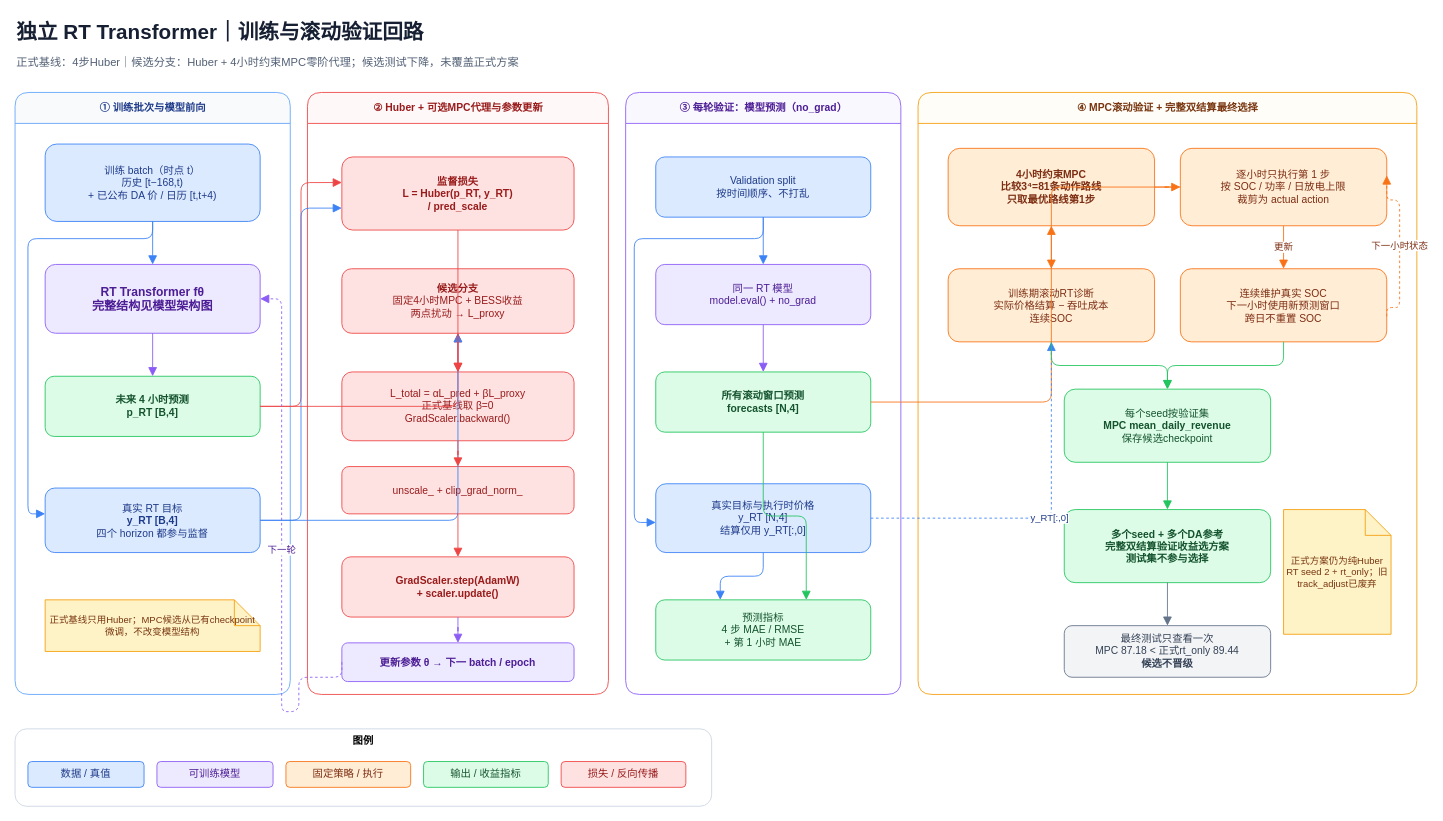
lwowlwowl/electricity-price-forecasting keeps this draw.io diagram as docs/rt_training_loop.drawio. Above is the earlier version. Source tidied: cells renumbered, new cells numbered last; positions are measured from the earlier drawing's top-left corner, leaving out a move shared by most shapes. Both pictures are drawn from the tidied source at 86%, with x=0, y=0 at pixel (15, 15).
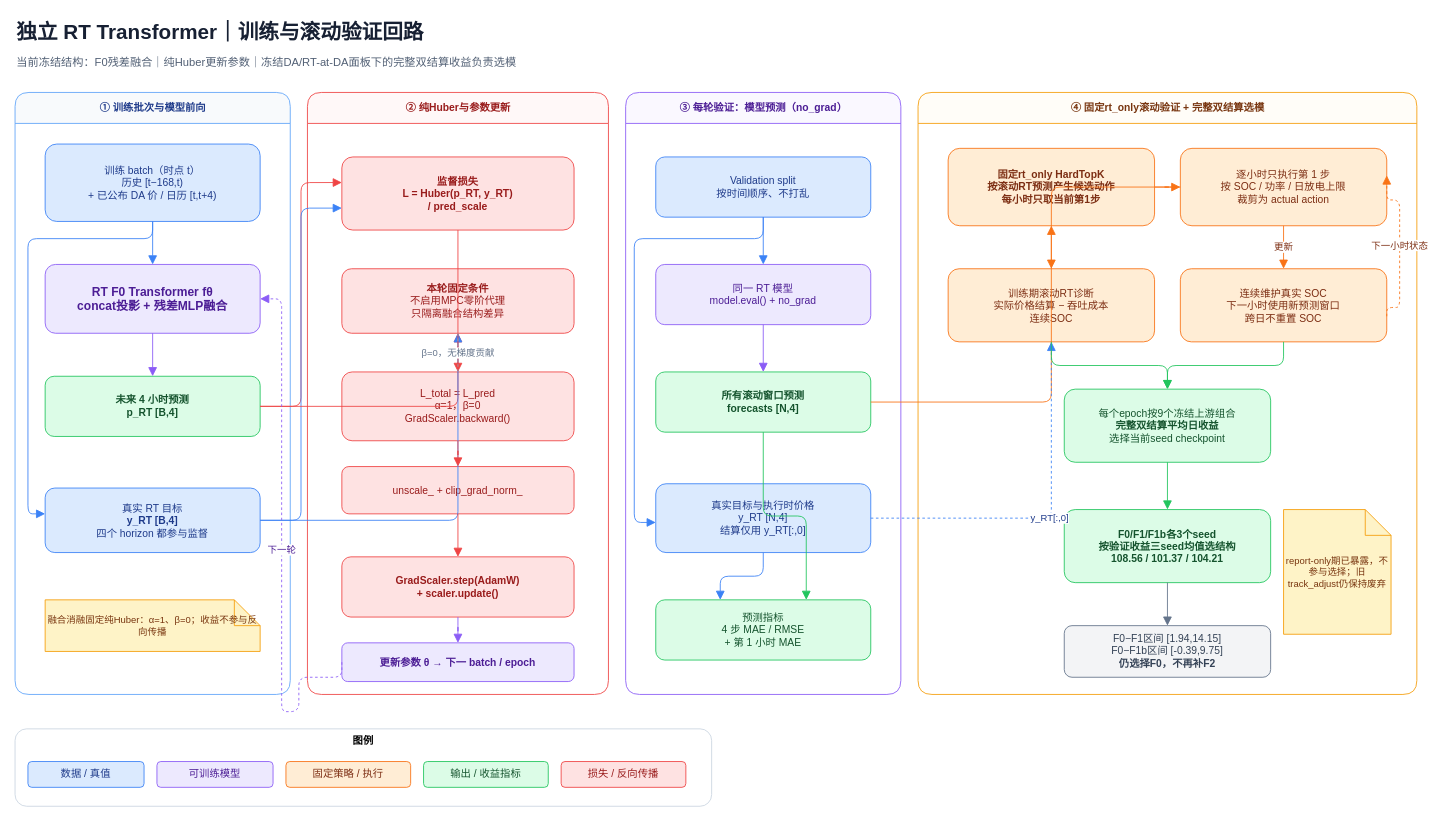
The same diagram, later.

The change refers to these unchanged cells:
```xml
<mxCell id="4" value="① 训练批次与模型前向" style="swimlane;html=1;rounded=1;startSize=36;horizontal=1;fillColor=#F8FAFC;strokeColor=#60A5FA;fontColor=#1E3A8A;fontStyle=1;" parent="1" vertex="1">
  <mxGeometry y="90" width="320" height="700" as="geometry" />
</mxCell>
```

Diff of the diagram source:
```diff
@@
-    <mxCell id="3" value="正式基线：4步Huber｜候选分支：Huber + 4小时约束MPC零阶代理；候选测试下降，未覆盖正式方案" style="text;html=1;strokeColor=none;fillColor=none;align=left;verticalAlign=middle;fontSize=13;fontColor=#526075;" parent="1" vertex="1">
+    <mxCell id="3" value="当前冻结结构：F0残差融合｜纯Huber更新参数｜冻结DA/RT-at-DA面板下的完整双结算收益负责选模" style="text;html=1;strokeColor=none;fillColor=none;align=left;verticalAlign=middle;fontSize=13;fontColor=#526075;" parent="1" vertex="1">
       <mxGeometry y="40" width="1450" height="30" as="geometry" />
     </mxCell>
@@
-    <mxCell id="5" value="② Huber + 可选MPC代理与参数更新" style="swimlane;html=1;rounded=1;startSize=36;horizontal=1;fillColor=#FFF8F8;strokeColor=#EF4444;fontColor=#991B1B;fontStyle=1;" parent="1" vertex="1">
+    <mxCell id="5" value="② 纯Huber与参数更新" style="swimlane;html=1;rounded=1;startSize=36;horizontal=1;fillColor=#FFF8F8;strokeColor=#EF4444;fontColor=#991B1B;fontStyle=1;" parent="1" vertex="1">
       <mxGeometry x="340" y="90" width="350" height="700" as="geometry" />
     </mxCell>
@@
-    <mxCell id="7" value="④ MPC滚动验证 + 完整双结算最终选择" style="swimlane;html=1;rounded=1;startSize=36;horizontal=1;fillColor=#FFFDF8;strokeColor=#F59E0B;fontColor=#78350F;fontStyle=1;" parent="1" vertex="1">
+    <mxCell id="7" value="④ 固定rt_only滚动验证 + 完整双结算选模" style="swimlane;html=1;rounded=1;startSize=36;horizontal=1;fillColor=#FFFDF8;strokeColor=#F59E0B;fontColor=#78350F;fontStyle=1;" parent="1" vertex="1">
       <mxGeometry x="1050" y="90" width="580" height="700" as="geometry" />
     </mxCell>
@@
-    <mxCell id="9" value="&lt;b&gt;RT Transformer fθ&lt;/b&gt;&#10;完整结构见模型架构图" style="rounded=1;whiteSpace=wrap;html=1;fillColor=#EDE9FE;strokeColor=#8B5CF6;fontColor=#4C1D95;fontStyle=1;fontSize=14;" parent="4" vertex="1">
+    <mxCell id="9" value="&lt;b&gt;RT F0 Transformer fθ&lt;/b&gt;&#10;concat投影 + 残差MLP融合" style="rounded=1;whiteSpace=wrap;html=1;fillColor=#EDE9FE;strokeColor=#8B5CF6;fontColor=#4C1D95;fontStyle=1;fontSize=14;" parent="4" vertex="1">
       <mxGeometry x="35" y="200" width="250" height="80" as="geometry" />
     </mxCell>
@@
-    <mxCell id="12" value="正式基线只用Huber；MPC候选从已有checkpoint微调，不改变模型结构" style="shape=note;whiteSpace=wrap;html=1;fillColor=#FEF3C7;strokeColor=#F59E0B;fontColor=#78350F;fontSize=11;" parent="4" vertex="1">
+    <mxCell id="12" value="融合消融固定纯Huber：α=1、β=0；收益不参与反向传播" style="shape=note;whiteSpace=wrap;html=1;fillColor=#FEF3C7;strokeColor=#F59E0B;fontColor=#78350F;fontSize=11;" parent="4" vertex="1">
       <mxGeometry x="35" y="590" width="250" height="60" as="geometry" />
     </mxCell>
@@
-    <mxCell id="14" value="&lt;b&gt;候选分支&lt;/b&gt;&#10;固定4小时MPC + BESS收益&#10;两点扰动 → L_proxy" style="rounded=1;whiteSpace=wrap;html=1;fillColor=#FEE2E2;strokeColor=#EF4444;fontColor=#991B1B;" parent="5" vertex="1">
+    <mxCell id="14" value="&lt;b&gt;本轮固定条件&lt;/b&gt;&#10;不启用MPC零阶代理&#10;只隔离融合结构差异" style="rounded=1;whiteSpace=wrap;html=1;fillColor=#FEE2E2;strokeColor=#EF4444;fontColor=#991B1B;" parent="5" vertex="1">
       <mxGeometry x="40" y="205" width="270" height="75" as="geometry" />
     </mxCell>
-    <mxCell id="15" value="L_total = αL_pred + βL_proxy&#10;正式基线取 β=0&#10;GradScaler.backward()" style="rounded=1;whiteSpace=wrap;html=1;fillColor=#FEE2E2;strokeColor=#EF4444;fontColor=#991B1B;" parent="5" vertex="1">
+    <mxCell id="15" value="L_total = L_pred&#10;α=1，β=0&#10;GradScaler.backward()" style="rounded=1;whiteSpace=wrap;html=1;fillColor=#FEE2E2;strokeColor=#EF4444;fontColor=#991B1B;" parent="5" vertex="1">
       <mxGeometry x="40" y="325" width="270" height="80" as="geometry" />
     </mxCell>
@@
-    <mxCell id="24" value="4小时约束MPC&#10;比较3⁴=81条动作路线&#10;&lt;b&gt;只取最优路线第1步&lt;/b&gt;" style="rounded=1;whiteSpace=wrap;html=1;fillColor=#FFEDD5;strokeColor=#F97316;fontColor=#7C2D12;fontStyle=1;" parent="7" vertex="1">
+    <mxCell id="24" value="固定rt_only HardTopK&#10;按滚动RT预测产生候选动作&#10;&lt;b&gt;每小时只取当前第1步&lt;/b&gt;" style="rounded=1;whiteSpace=wrap;html=1;fillColor=#FFEDD5;strokeColor=#F97316;fontColor=#7C2D12;fontStyle=1;" parent="7" vertex="1">
       <mxGeometry x="35" y="65" width="240" height="90" as="geometry" />
     </mxCell>
@@
-    <mxCell id="28" value="每个seed按验证集&#10;&lt;b&gt;MPC mean_daily_revenue&lt;/b&gt;&#10;保存候选checkpoint" style="rounded=1;whiteSpace=wrap;html=1;fillColor=#DCFCE7;strokeColor=#22C55E;fontColor=#14532D;" parent="7" vertex="1">
+    <mxCell id="28" value="每个epoch按9个冻结上游组合&#10;&lt;b&gt;完整双结算平均日收益&lt;/b&gt;&#10;选择当前seed checkpoint" style="rounded=1;whiteSpace=wrap;html=1;fillColor=#DCFCE7;strokeColor=#22C55E;fontColor=#14532D;" parent="7" vertex="1">
       <mxGeometry x="170" y="345" width="240" height="85" as="geometry" />
     </mxCell>
-    <mxCell id="29" value="多个seed + 多个DA参考&#10;完整双结算验证收益选方案&#10;测试集不参与选择" style="rounded=1;whiteSpace=wrap;html=1;fillColor=#DCFCE7;strokeColor=#22C55E;fontColor=#14532D;fontStyle=1;" parent="7" vertex="1">
+    <mxCell id="29" value="F0/F1/F1b各3个seed&#10;按验证收益三seed均值选结构&#10;108.56 / 101.37 / 104.21" style="rounded=1;whiteSpace=wrap;html=1;fillColor=#DCFCE7;strokeColor=#22C55E;fontColor=#14532D;fontStyle=1;" parent="7" vertex="1">
       <mxGeometry x="170" y="485" width="240" height="85" as="geometry" />
     </mxCell>
-    <mxCell id="30" value="最终测试只查看一次&#10;MPC 87.18 &lt; 正式rt_only 89.44&#10;&lt;b&gt;候选不晋级&lt;/b&gt;" style="rounded=1;whiteSpace=wrap;html=1;fillColor=#F3F4F6;strokeColor=#64748B;fontColor=#334155;" parent="7" vertex="1">
+    <mxCell id="30" value="F0−F1区间 [1.94,14.15]&#10;F0−F1b区间 [-0.39,9.75]&#10;&lt;b&gt;仍选择F0，不再补F2&lt;/b&gt;" style="rounded=1;whiteSpace=wrap;html=1;fillColor=#F3F4F6;strokeColor=#64748B;fontColor=#334155;" parent="7" vertex="1">
       <mxGeometry x="170" y="620" width="240" height="60" as="geometry" />
     </mxCell>
-    <mxCell id="31" value="正式方案仍为纯Huber RT seed 2 + rt_only；旧track_adjust已废弃" style="shape=note;whiteSpace=wrap;html=1;fillColor=#FEF3C7;strokeColor=#F59E0B;fontColor=#78350F;fontSize=11;" parent="7" vertex="1">
+    <mxCell id="31" value="report-only期已暴露，不参与选择；旧track_adjust仍保持废弃" style="shape=note;whiteSpace=wrap;html=1;fillColor=#FEF3C7;strokeColor=#F59E0B;fontColor=#78350F;fontSize=11;" parent="7" vertex="1">
       <mxGeometry x="425" y="485" width="125" height="145" as="geometry" />
     </mxCell>
@@
-    <mxCell id="40" style="edgeStyle=orthogonalEdgeStyle;rounded=1;jettySize=auto;html=1;endArrow=block;endSize=8;strokeColor=#EF4444;" parent="1" edge="1" source="14" target="15">
+    <mxCell id="40" value="β=0，无梯度贡献" style="edgeStyle=orthogonalEdgeStyle;rounded=1;jettySize=auto;html=1;endArrow=none;dashed=1;strokeColor=#94A3B8;fontColor=#64748B;" parent="1" edge="1" source="14" target="15">
       <mxGeometry relative="1" as="geometry" />
     </mxCell>
```
